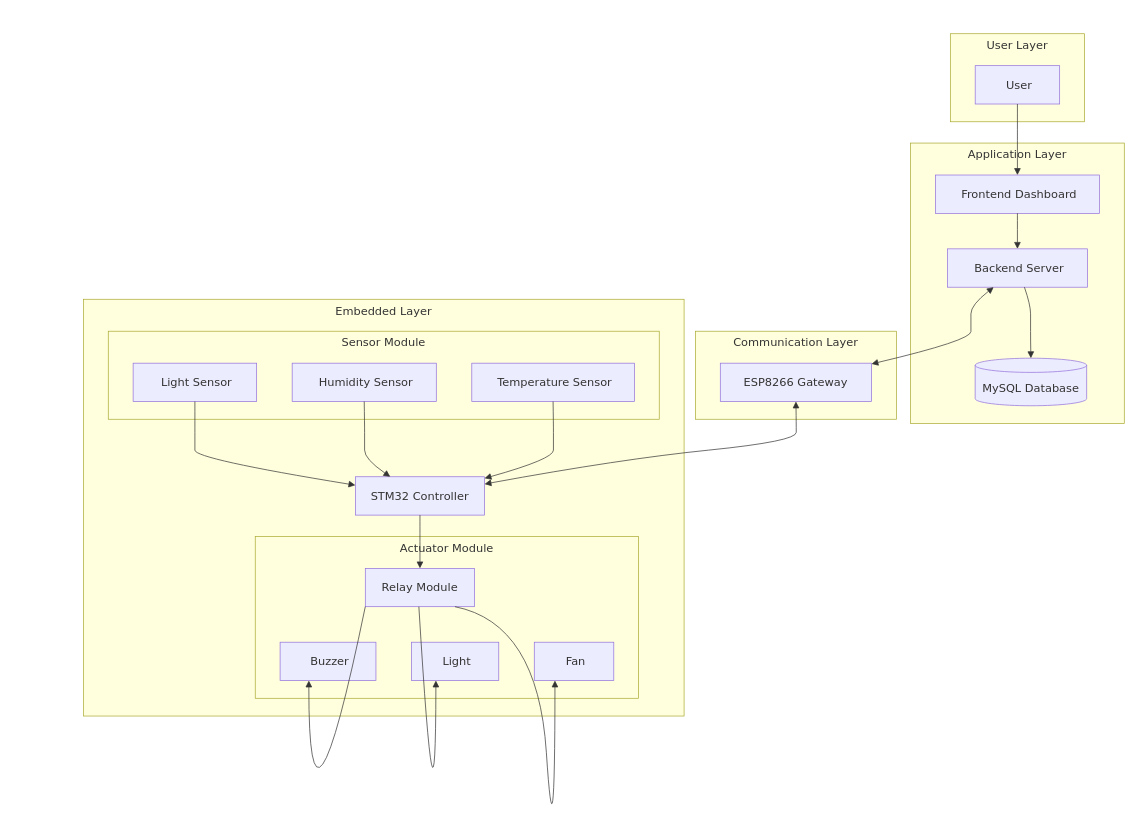
Before: docs/architecture/system-architecture.drawio in jostran1406/Phase_2_Group_11, a draw.io diagram. Source tidied: cells renumbered, new cells numbered last; positions are measured from the earlier drawing's top-left corner, leaving out a move shared by most shapes. Both pictures are drawn from the tidied source at 71%, with x=0, y=0 at pixel (12, 12).
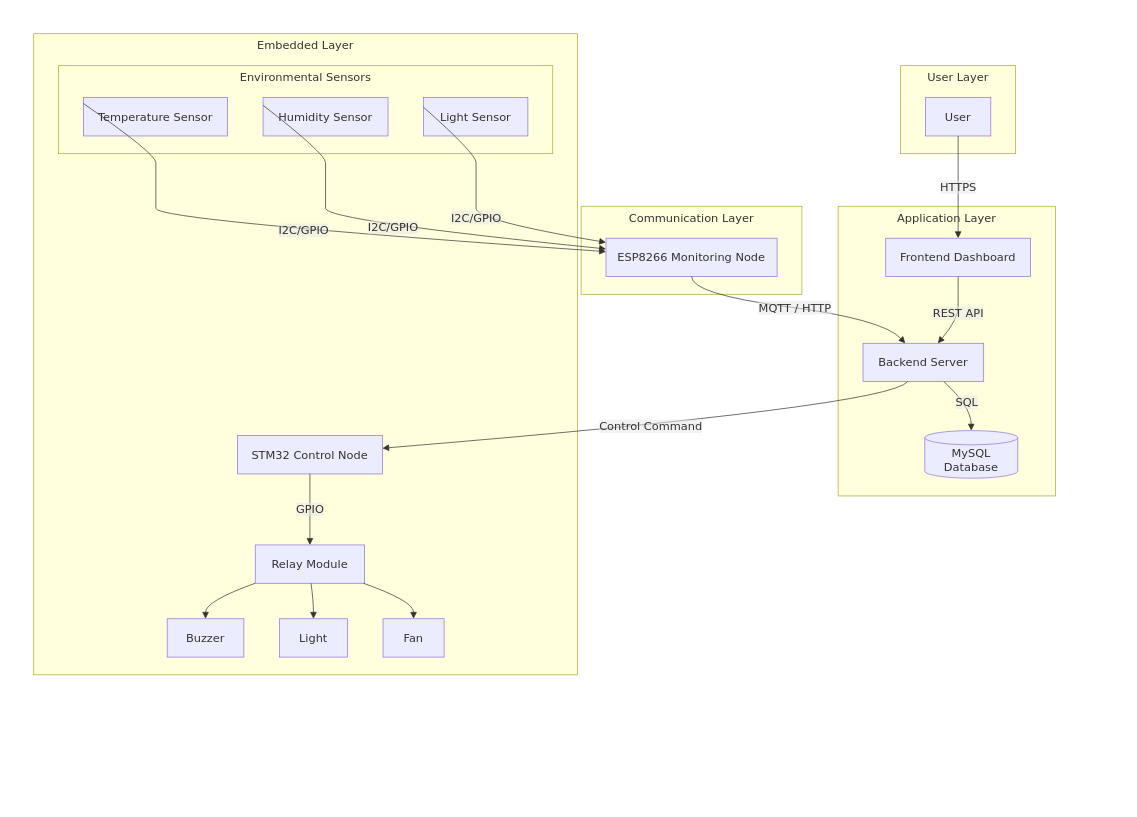
The same page after the edit.

Commit message (it also covers changes not shown here):
Refactor SP1_08: update architecture, communication, data flow and sequence diagrams

The change refers to these unchanged cells:
```xml
<mxCell id="2" style="group;transparentBounds=1;editIcon=1;lockedGroup=0;groupPadding=10;" parent="1" vertex="1">
  <mxGeometry as="geometry" />
</mxCell>
```

Diff of the diagram source:
```diff
@@
-<mxGraphModel>
+<mxGraphModel background="#ffffff">
@@
     <mxCell id="3" value="User Layer" style="html=1;whiteSpace=wrap;strokeWidth=1;verticalAlign=top;fillColor=light-dark(#ffffde,#1f2020);strokeColor=light-dark(#aaaa33,#cccccc);fontColor=light-dark(#333333,#cccccc);fontFamily=Trebuchet MS,Verdana,Arial,sans-serif;fontSize=16;" parent="2" vertex="1">
-      <mxGeometry x="1321" y="30" width="189" height="124" as="geometry" />
+      <mxGeometry x="1251" y="75" width="162" height="124" as="geometry" />
     </mxCell>
-    <mxCell id="4" value="&amp;nbsp;User" style="html=1;whiteSpace=wrap;strokeWidth=1;fillColor=light-dark(#ECECFF,#1f2020);strokeColor=light-dark(#9370DB,#cccccc);fontColor=light-dark(#333333,#cccccc);fontFamily=Trebuchet MS,Verdana,Arial,sans-serif;fontSize=16;" parent="3" vertex="1">
-      <mxGeometry x="35" y="45" width="119" height="54" as="geometry" />
+    <mxCell id="4" value="User" style="html=1;whiteSpace=wrap;strokeWidth=1;fillColor=light-dark(#ECECFF,#1f2020);strokeColor=light-dark(#9370DB,#cccccc);fontColor=light-dark(#333333,#cccccc);fontFamily=Trebuchet MS,Verdana,Arial,sans-serif;fontSize=16;" parent="3" vertex="1">
+      <mxGeometry x="35" y="45" width="92" height="54" as="geometry" />
     </mxCell>
     <mxCell id="5" value="Application Layer" style="html=1;whiteSpace=wrap;strokeWidth=1;verticalAlign=top;fillColor=light-dark(#ffffde,#1f2020);strokeColor=light-dark(#aaaa33,#cccccc);fontColor=light-dark(#333333,#cccccc);fontFamily=Trebuchet MS,Verdana,Arial,sans-serif;fontSize=16;" parent="2" vertex="1">
-      <mxGeometry x="1265" y="184" width="301" height="395" as="geometry" />
+      <mxGeometry x="1163" y="273" width="306" height="408" as="geometry" />
     </mxCell>
-    <mxCell id="6" value="&amp;nbsp;Frontend Dashboard" style="html=1;whiteSpace=wrap;strokeWidth=1;fillColor=light-dark(#ECECFF,#1f2020);strokeColor=light-dark(#9370DB,#cccccc);fontColor=light-dark(#333333,#cccccc);fontFamily=Trebuchet MS,Verdana,Arial,sans-serif;fontSize=16;" parent="5" vertex="1">
-      <mxGeometry x="35" y="45" width="231" height="54" as="geometry" />
+    <mxCell id="6" value="Frontend Dashboard" style="html=1;whiteSpace=wrap;strokeWidth=1;fillColor=light-dark(#ECECFF,#1f2020);strokeColor=light-dark(#9370DB,#cccccc);fontColor=light-dark(#333333,#cccccc);fontFamily=Trebuchet MS,Verdana,Arial,sans-serif;fontSize=16;" parent="5" vertex="1">
+      <mxGeometry x="67" y="45" width="204" height="54" as="geometry" />
     </mxCell>
-    <mxCell id="7" value="&amp;nbsp;Backend Server" style="html=1;whiteSpace=wrap;strokeWidth=1;fillColor=light-dark(#ECECFF,#1f2020);strokeColor=light-dark(#9370DB,#cccccc);fontColor=light-dark(#333333,#cccccc);fontFamily=Trebuchet MS,Verdana,Arial,sans-serif;fontSize=16;" parent="5" vertex="1">
-      <mxGeometry x="52" y="149" width="197" height="54" as="geometry" />
+    <mxCell id="7" value="Backend Server" style="html=1;whiteSpace=wrap;strokeWidth=1;fillColor=light-dark(#ECECFF,#1f2020);strokeColor=light-dark(#9370DB,#cccccc);fontColor=light-dark(#333333,#cccccc);fontFamily=Trebuchet MS,Verdana,Arial,sans-serif;fontSize=16;" parent="5" vertex="1">
+      <mxGeometry x="35" y="193" width="170" height="54" as="geometry" />
     </mxCell>
     <mxCell id="8" value="MySQL Database" style="html=1;shape=cylinder3;boundedLbl=1;backgroundOutline=1;size=10;strokeWidth=1;whiteSpace=wrap;fillColor=light-dark(#ECECFF,#1f2020);strokeColor=light-dark(#9370DB,#cccccc);fontColor=light-dark(#333333,#cccccc);fontFamily=Trebuchet MS,Verdana,Arial,sans-serif;fontSize=16;" parent="5" vertex="1">
-      <mxGeometry x="91" y="303" width="157" height="67" as="geometry" />
+      <mxGeometry x="122" y="316" width="131" height="67" as="geometry" />
     </mxCell>
-    <mxCell id="9" style="curved=1;startArrow=none;endArrow=block;endSize=7;strokeColor=light-dark(#333333,#cccccc);exitX=0.5;exitY=1;entryX=0.5;entryY=0;rounded=0;" parent="5" edge="1" source="6" target="7">
-      <mxGeometry relative="1" as="geometry" />
+    <mxCell id="9" value="REST API" style="curved=1;startArrow=none;endArrow=block;endSize=7;strokeColor=light-dark(#333333,#cccccc);html=1;fontSize=16;labelBackgroundColor=light-dark(#E8E8E88D,#2a2a2a8D);fontFamily=Trebuchet MS,Verdana,Arial,sans-serif;fontColor=light-dark(#333333,#cccccc);exitX=0.5;exitY=1;entryX=0.62;entryY=0;rounded=0;" parent="5" edge="1" source="6" target="7">
+      <mxGeometry relative="1" as="geometry">
+        <Array as="points">
+          <mxPoint x="169" y="124" />
+          <mxPoint x="169" y="159" />
+        </Array>
+      </mxGeometry>
     </mxCell>
-    <mxCell id="10" style="curved=1;startArrow=none;endArrow=block;endSize=7;strokeColor=light-dark(#333333,#cccccc);exitX=0.55;exitY=1;entryX=0.5;entryY=0;rounded=0;" parent="5" edge="1" source="7" target="8">
+    <mxCell id="10" value="SQL" style="curved=1;startArrow=none;endArrow=block;endSize=7;strokeColor=light-dark(#333333,#cccccc);html=1;fontSize=16;labelBackgroundColor=light-dark(#E8E8E88D,#2a2a2a8D);fontFamily=Trebuchet MS,Verdana,Arial,sans-serif;fontColor=light-dark(#333333,#cccccc);exitX=0.67;exitY=1;entryX=0.5;entryY=0;rounded=0;" parent="5" edge="1" source="7" target="8">
       <mxGeometry relative="1" as="geometry">
         <Array as="points">
-          <mxPoint x="169" y="228" />
-          <mxPoint x="169" y="253" />
-          <mxPoint x="169" y="278" />
+          <mxPoint x="187" y="282" />
         </Array>
       </mxGeometry>
     </mxCell>
     <mxCell id="11" value="Communication Layer" style="html=1;whiteSpace=wrap;strokeWidth=1;verticalAlign=top;fillColor=light-dark(#ffffde,#1f2020);strokeColor=light-dark(#aaaa33,#cccccc);fontColor=light-dark(#333333,#cccccc);fontFamily=Trebuchet MS,Verdana,Arial,sans-serif;fontSize=16;" parent="2" vertex="1">
-      <mxGeometry x="962" y="449" width="283" height="124" as="geometry" />
+      <mxGeometry x="801" y="273" width="311" height="124" as="geometry" />
     </mxCell>
-    <mxCell id="12" value="ESP8266 Gateway" style="html=1;whiteSpace=wrap;strokeWidth=1;fillColor=light-dark(#ECECFF,#1f2020);strokeColor=light-dark(#9370DB,#cccccc);fontColor=light-dark(#333333,#cccccc);fontFamily=Trebuchet MS,Verdana,Arial,sans-serif;fontSize=16;" parent="11" vertex="1">
-      <mxGeometry x="35" y="45" width="213" height="54" as="geometry" />
-    </mxCell>
+    <mxCell id="34" value="ESP8266 Monitoring Node" style="html=1;whiteSpace=wrap;strokeWidth=1;fillColor=light-dark(#ECECFF,#1f2020);strokeColor=light-dark(#9370DB,#cccccc);fontColor=light-dark(#333333,#cccccc);fontFamily=Trebuchet MS,Verdana,Arial,sans-serif;fontSize=16;" parent="11" vertex="1">
+      <mxGeometry x="35" y="45" width="241" height="54" as="geometry" />
+    </mxCell>
     <mxCell id="13" value="Embedded Layer" style="html=1;whiteSpace=wrap;strokeWidth=1;verticalAlign=top;fillColor=light-dark(#ffffde,#1f2020);strokeColor=light-dark(#aaaa33,#cccccc);fontColor=light-dark(#333333,#cccccc);fontFamily=Trebuchet MS,Verdana,Arial,sans-serif;fontSize=16;" parent="2" vertex="1">
-      <mxGeometry x="100" y="404" width="846" height="587" as="geometry" />
+      <mxGeometry x="30" y="30" width="766" height="903" as="geometry" />
     </mxCell>
-    <mxCell id="14" value="Sensor Module" style="html=1;whiteSpace=wrap;strokeWidth=1;verticalAlign=top;fillColor=light-dark(#ffffde,#1f2020);strokeColor=light-dark(#aaaa33,#cccccc);fontColor=light-dark(#333333,#cccccc);fontFamily=Trebuchet MS,Verdana,Arial,sans-serif;fontSize=16;" parent="13" vertex="1">
-      <mxGeometry x="35" y="45" width="776" height="124" as="geometry" />
-    </mxCell>
+    <mxCell id="35" value="Environmental Sensors" style="html=1;whiteSpace=wrap;strokeWidth=1;verticalAlign=top;fillColor=light-dark(#ffffde,#1f2020);strokeColor=light-dark(#aaaa33,#cccccc);fontColor=light-dark(#333333,#cccccc);fontFamily=Trebuchet MS,Verdana,Arial,sans-serif;fontSize=16;" parent="13" vertex="1">
+      <mxGeometry x="35" y="45" width="696" height="124" as="geometry" />
+    </mxCell>
-    <mxCell id="15" value="&amp;nbsp;Temperature Sensor" style="html=1;whiteSpace=wrap;strokeWidth=1;fillColor=light-dark(#ECECFF,#1f2020);strokeColor=light-dark(#9370DB,#cccccc);fontColor=light-dark(#333333,#cccccc);fontFamily=Trebuchet MS,Verdana,Arial,sans-serif;fontSize=16;" parent="14" vertex="1">
-      <mxGeometry x="512" y="45" width="229" height="54" as="geometry" />
+    <mxCell id="15" value="Temperature Sensor" style="html=1;whiteSpace=wrap;strokeWidth=1;fillColor=light-dark(#ECECFF,#1f2020);strokeColor=light-dark(#9370DB,#cccccc);fontColor=light-dark(#333333,#cccccc);fontFamily=Trebuchet MS,Verdana,Arial,sans-serif;fontSize=16;" parent="35" vertex="1">
+      <mxGeometry x="35" y="45" width="203" height="54" as="geometry" />
     </mxCell>
-    <mxCell id="16" value="&amp;nbsp;Humidity Sensor" style="html=1;whiteSpace=wrap;strokeWidth=1;fillColor=light-dark(#ECECFF,#1f2020);strokeColor=light-dark(#9370DB,#cccccc);fontColor=light-dark(#333333,#cccccc);fontFamily=Trebuchet MS,Verdana,Arial,sans-serif;fontSize=16;" parent="14" vertex="1">
-      <mxGeometry x="259" y="45" width="203" height="54" as="geometry" />
+    <mxCell id="16" value="Humidity Sensor" style="html=1;whiteSpace=wrap;strokeWidth=1;fillColor=light-dark(#ECECFF,#1f2020);strokeColor=light-dark(#9370DB,#cccccc);fontColor=light-dark(#333333,#cccccc);fontFamily=Trebuchet MS,Verdana,Arial,sans-serif;fontSize=16;" parent="35" vertex="1">
+      <mxGeometry x="288" y="45" width="176" height="54" as="geometry" />
     </mxCell>
-    <mxCell id="17" value="&amp;nbsp;Light Sensor" style="html=1;whiteSpace=wrap;strokeWidth=1;fillColor=light-dark(#ECECFF,#1f2020);strokeColor=light-dark(#9370DB,#cccccc);fontColor=light-dark(#333333,#cccccc);fontFamily=Trebuchet MS,Verdana,Arial,sans-serif;fontSize=16;" parent="14" vertex="1">
-      <mxGeometry x="35" y="45" width="174" height="54" as="geometry" />
+    <mxCell id="17" value="Light Sensor" style="html=1;whiteSpace=wrap;strokeWidth=1;fillColor=light-dark(#ECECFF,#1f2020);strokeColor=light-dark(#9370DB,#cccccc);fontColor=light-dark(#333333,#cccccc);fontFamily=Trebuchet MS,Verdana,Arial,sans-serif;fontSize=16;" parent="35" vertex="1">
+      <mxGeometry x="514" y="45" width="147" height="54" as="geometry" />
     </mxCell>
-    <mxCell id="18" value="Actuator Module" style="html=1;whiteSpace=wrap;strokeWidth=1;verticalAlign=top;fillColor=light-dark(#ffffde,#1f2020);strokeColor=light-dark(#aaaa33,#cccccc);fontColor=light-dark(#333333,#cccccc);fontFamily=Trebuchet MS,Verdana,Arial,sans-serif;fontSize=16;" parent="13" vertex="1">
-      <mxGeometry x="242" y="334" width="540" height="228" as="geometry" />
-    </mxCell>
+    <mxCell id="36" value="STM32 Control Node" style="html=1;whiteSpace=wrap;strokeWidth=1;fillColor=light-dark(#ECECFF,#1f2020);strokeColor=light-dark(#9370DB,#cccccc);fontColor=light-dark(#333333,#cccccc);fontFamily=Trebuchet MS,Verdana,Arial,sans-serif;fontSize=16;" parent="13" vertex="1">
+      <mxGeometry x="287" y="566" width="204" height="54" as="geometry" />
+    </mxCell>
-    <mxCell id="19" value="Relay Module" style="html=1;whiteSpace=wrap;strokeWidth=1;fillColor=light-dark(#ECECFF,#1f2020);strokeColor=light-dark(#9370DB,#cccccc);fontColor=light-dark(#333333,#cccccc);fontFamily=Trebuchet MS,Verdana,Arial,sans-serif;fontSize=16;" parent="18" vertex="1">
-      <mxGeometry x="155" y="45" width="154" height="54" as="geometry" />
+    <mxCell id="19" value="Relay Module" style="html=1;whiteSpace=wrap;strokeWidth=1;fillColor=light-dark(#ECECFF,#1f2020);strokeColor=light-dark(#9370DB,#cccccc);fontColor=light-dark(#333333,#cccccc);fontFamily=Trebuchet MS,Verdana,Arial,sans-serif;fontSize=16;" parent="13" vertex="1">
+      <mxGeometry x="312" y="720" width="154" height="54" as="geometry" />
     </mxCell>
-    <mxCell id="20" value="&amp;nbsp;Fan" style="html=1;whiteSpace=wrap;strokeWidth=1;fillColor=light-dark(#ECECFF,#1f2020);strokeColor=light-dark(#9370DB,#cccccc);fontColor=light-dark(#333333,#cccccc);fontFamily=Trebuchet MS,Verdana,Arial,sans-serif;fontSize=16;" parent="18" vertex="1">
-      <mxGeometry x="393" y="149" width="112" height="54" as="geometry" />
+    <mxCell id="20" value="Fan" style="html=1;whiteSpace=wrap;strokeWidth=1;fillColor=light-dark(#ECECFF,#1f2020);strokeColor=light-dark(#9370DB,#cccccc);fontColor=light-dark(#333333,#cccccc);fontFamily=Trebuchet MS,Verdana,Arial,sans-serif;fontSize=16;" parent="13" vertex="1">
+      <mxGeometry x="492" y="824" width="86" height="54" as="geometry" />
     </mxCell>
-    <mxCell id="21" value="&amp;nbsp;Light" style="html=1;whiteSpace=wrap;strokeWidth=1;fillColor=light-dark(#ECECFF,#1f2020);strokeColor=light-dark(#9370DB,#cccccc);fontColor=light-dark(#333333,#cccccc);fontFamily=Trebuchet MS,Verdana,Arial,sans-serif;fontSize=16;" parent="18" vertex="1">
-      <mxGeometry x="220" y="149" width="123" height="54" as="geometry" />
+    <mxCell id="21" value="Light" style="html=1;whiteSpace=wrap;strokeWidth=1;fillColor=light-dark(#ECECFF,#1f2020);strokeColor=light-dark(#9370DB,#cccccc);fontColor=light-dark(#333333,#cccccc);fontFamily=Trebuchet MS,Verdana,Arial,sans-serif;fontSize=16;" parent="13" vertex="1">
+      <mxGeometry x="346" y="824" width="96" height="54" as="geometry" />
     </mxCell>
-    <mxCell id="22" value="&amp;nbsp;Buzzer" style="html=1;whiteSpace=wrap;strokeWidth=1;fillColor=light-dark(#ECECFF,#1f2020);strokeColor=light-dark(#9370DB,#cccccc);fontColor=light-dark(#333333,#cccccc);fontFamily=Trebuchet MS,Verdana,Arial,sans-serif;fontSize=16;" parent="18" vertex="1">
-      <mxGeometry x="35" y="149" width="135" height="54" as="geometry" />
+    <mxCell id="22" value="Buzzer" style="html=1;whiteSpace=wrap;strokeWidth=1;fillColor=light-dark(#ECECFF,#1f2020);strokeColor=light-dark(#9370DB,#cccccc);fontColor=light-dark(#333333,#cccccc);fontFamily=Trebuchet MS,Verdana,Arial,sans-serif;fontSize=16;" parent="13" vertex="1">
+      <mxGeometry x="188" y="824" width="108" height="54" as="geometry" />
     </mxCell>
+    <mxCell id="37" value="GPIO" style="curved=1;startArrow=none;endArrow=block;endSize=7;strokeColor=light-dark(#333333,#cccccc);html=1;fontSize=16;labelBackgroundColor=light-dark(#E8E8E88D,#2a2a2a8D);fontFamily=Trebuchet MS,Verdana,Arial,sans-serif;fontColor=light-dark(#333333,#cccccc);exitX=0.5;exitY=1;entryX=0.5;entryY=0;rounded=0;" parent="13" edge="1" source="36" target="19">
+      <mxGeometry relative="1" as="geometry" />
+    </mxCell>
-    <mxCell id="23" style="curved=1;startArrow=none;endArrow=block;endSize=7;strokeColor=light-dark(#333333,#cccccc);exitX=0.82;exitY=1;entryX=0.26;entryY=1;rounded=0;" parent="18" edge="1" source="19" target="20">
+    <mxCell id="23" style="curved=1;startArrow=none;endArrow=block;endSize=7;strokeColor=light-dark(#333333,#cccccc);exitX=0.99;exitY=1;entryX=0.5;entryY=0;rounded=0;" parent="13" edge="1" source="19" target="20">
       <mxGeometry relative="1" as="geometry">
         <Array as="points">
-          <mxPoint x="398" y="122" />
-          <mxPoint x="422" y="486" />
+          <mxPoint x="535" y="799" />
         </Array>
       </mxGeometry>
     </mxCell>
-    <mxCell id="24" style="curved=1;startArrow=none;endArrow=block;endSize=7;strokeColor=light-dark(#333333,#cccccc);exitX=0.49;exitY=1;entryX=0.28;entryY=1;rounded=0;" parent="18" edge="1" source="19" target="21">
+    <mxCell id="24" style="curved=1;startArrow=none;endArrow=block;endSize=7;strokeColor=light-dark(#333333,#cccccc);exitX=0.51;exitY=1;entryX=0.5;entryY=0;rounded=0;" parent="13" edge="1" source="19" target="21">
       <mxGeometry relative="1" as="geometry">
         <Array as="points">
-          <mxPoint x="254" y="486" />
+          <mxPoint x="394" y="799" />
         </Array>
       </mxGeometry>
     </mxCell>
-    <mxCell id="25" style="curved=1;startArrow=none;endArrow=block;endSize=7;strokeColor=light-dark(#333333,#cccccc);exitX=0;exitY=1;entryX=0.3;entryY=1;rounded=0;" parent="18" edge="1" source="19" target="22">
+    <mxCell id="25" style="curved=1;startArrow=none;endArrow=block;endSize=7;strokeColor=light-dark(#333333,#cccccc);exitX=0;exitY=1;entryX=0.5;entryY=0;rounded=0;" parent="13" edge="1" source="19" target="22">
       <mxGeometry relative="1" as="geometry">
         <Array as="points">
-          <mxPoint x="75" y="486" />
+          <mxPoint x="242" y="799" />
         </Array>
       </mxGeometry>
     </mxCell>
-    <mxCell id="26" value="STM32 Controller" style="html=1;whiteSpace=wrap;strokeWidth=1;fillColor=light-dark(#ECECFF,#1f2020);strokeColor=light-dark(#9370DB,#cccccc);fontColor=light-dark(#333333,#cccccc);fontFamily=Trebuchet MS,Verdana,Arial,sans-serif;fontSize=16;" parent="13" vertex="1">
-      <mxGeometry x="383" y="250" width="182" height="54" as="geometry" />
-    </mxCell>
-    <mxCell id="27" style="curved=1;startArrow=none;endArrow=block;endSize=7;strokeColor=light-dark(#333333,#cccccc);exitX=0.5;exitY=1;entryX=1;entryY=0.04;rounded=0;" parent="13" edge="1" source="15" target="26">
-      <mxGeometry relative="1" as="geometry">
-        <Array as="points">
-          <mxPoint x="662" y="175" />
-          <mxPoint x="662" y="200" />
-          <mxPoint x="662" y="225" />
-        </Array>
-      </mxGeometry>
-    </mxCell>
-    <mxCell id="28" style="curved=1;startArrow=none;endArrow=block;endSize=7;strokeColor=light-dark(#333333,#cccccc);exitX=0.5;exitY=1;entryX=0.27;entryY=0;rounded=0;" parent="13" edge="1" source="16" target="26">
-      <mxGeometry relative="1" as="geometry">
-        <Array as="points">
-          <mxPoint x="396" y="175" />
-          <mxPoint x="396" y="200" />
-          <mxPoint x="396" y="225" />
-        </Array>
-      </mxGeometry>
-    </mxCell>
-    <mxCell id="29" style="curved=1;startArrow=none;endArrow=block;endSize=7;strokeColor=light-dark(#333333,#cccccc);exitX=0.5;exitY=1;entryX=0;entryY=0.22;rounded=0;" parent="13" edge="1" source="17" target="26">
-      <mxGeometry relative="1" as="geometry">
-        <Array as="points">
-          <mxPoint x="157" y="175" />
-          <mxPoint x="157" y="200" />
-          <mxPoint x="157" y="225" />
-        </Array>
-      </mxGeometry>
-    </mxCell>
-    <mxCell id="30" style="curved=1;startArrow=none;endArrow=block;endSize=7;strokeColor=light-dark(#333333,#cccccc);exitX=0.5;exitY=1;entryX=0.5;entryY=0;rounded=0;" parent="13" edge="1" source="26" target="19">
-      <mxGeometry relative="1" as="geometry" />
-    </mxCell>
-    <mxCell id="31" style="curved=1;startArrow=none;endArrow=block;endSize=7;strokeColor=light-dark(#333333,#cccccc);exitX=0.5;exitY=1;entryX=0.5;entryY=0;rounded=0;" parent="2" edge="1" source="4" target="6">
+    <mxCell id="31" value="HTTPS" style="curved=1;startArrow=none;endArrow=block;endSize=7;strokeColor=light-dark(#333333,#cccccc);html=1;fontSize=16;labelBackgroundColor=light-dark(#E8E8E88D,#2a2a2a8D);fontFamily=Trebuchet MS,Verdana,Arial,sans-serif;fontColor=light-dark(#333333,#cccccc);exitX=0.5;exitY=1;entryX=0.5;entryY=0;rounded=0;" parent="2" edge="1" source="4" target="6">
       <mxGeometry relative="1" as="geometry" />
     </mxCell>
-    <mxCell id="32" style="curved=1;startArrow=block;startSize=7;endArrow=block;endSize=7;strokeColor=light-dark(#333333,#cccccc);exitX=0.33;exitY=1;entryX=1;entryY=0.02;rounded=0;" parent="2" edge="1" source="7" target="12">
-      <mxGeometry relative="1" as="geometry">
-        <Array as="points">
-          <mxPoint x="1350" y="412" />
-          <mxPoint x="1350" y="437" />
-          <mxPoint x="1350" y="462" />
-        </Array>
-      </mxGeometry>
-    </mxCell>
-    <mxCell id="33" style="curved=1;startArrow=block;startSize=7;endArrow=block;endSize=7;strokeColor=light-dark(#333333,#cccccc);exitX=0.5;exitY=1;entryX=1;entryY=0.19;rounded=0;" parent="2" edge="1" source="12" target="26">
-      <mxGeometry relative="1" as="geometry">
-        <Array as="points">
-          <mxPoint x="1104" y="579" />
-          <mxPoint x="1104" y="604" />
-          <mxPoint x="857" y="629" />
-        </Array>
-      </mxGeometry>
-    </mxCell>
+    <mxCell id="38" value="I2C/GPIO" style="curved=1;startArrow=none;endArrow=block;endSize=7;strokeColor=light-dark(#333333,#cccccc);html=1;fontSize=16;labelBackgroundColor=light-dark(#E8E8E88D,#2a2a2a8D);fontFamily=Trebuchet MS,Verdana,Arial,sans-serif;fontColor=light-dark(#333333,#cccccc);exitX=0.37;exitY=0.41;entryX=0;entryY=0.35;rounded=0;" parent="2" edge="1" source="15" target="34">
+      <mxGeometry relative="1" as="geometry">
+        <Array as="points">
+          <mxPoint x="202" y="199" />
+          <mxPoint x="202" y="224" />
+          <mxPoint x="202" y="259" />
+          <mxPoint x="202" y="293" />
+        </Array>
+      </mxGeometry>
+    </mxCell>
+    <mxCell id="39" value="I2C/GPIO" style="curved=1;startArrow=none;endArrow=block;endSize=7;strokeColor=light-dark(#333333,#cccccc);html=1;fontSize=16;labelBackgroundColor=light-dark(#E8E8E88D,#2a2a2a8D);fontFamily=Trebuchet MS,Verdana,Arial,sans-serif;fontColor=light-dark(#333333,#cccccc);exitX=0.35;exitY=0.41;entryX=0;entryY=0.28;rounded=0;" parent="2" edge="1" source="16" target="34">
+      <mxGeometry relative="1" as="geometry">
+        <Array as="points">
+          <mxPoint x="441" y="199" />
+          <mxPoint x="441" y="224" />
+          <mxPoint x="441" y="259" />
+          <mxPoint x="441" y="293" />
+        </Array>
+      </mxGeometry>
+    </mxCell>
+    <mxCell id="40" value="I2C/GPIO" style="curved=1;startArrow=none;endArrow=block;endSize=7;strokeColor=light-dark(#333333,#cccccc);html=1;fontSize=16;labelBackgroundColor=light-dark(#E8E8E88D,#2a2a2a8D);fontFamily=Trebuchet MS,Verdana,Arial,sans-serif;fontColor=light-dark(#333333,#cccccc);exitX=0.32;exitY=0.41;entryX=0;entryY=0.11;rounded=0;" parent="2" edge="1" source="17" target="34">
+      <mxGeometry relative="1" as="geometry">
+        <Array as="points">
+          <mxPoint x="653" y="199" />
+          <mxPoint x="653" y="224" />
+          <mxPoint x="653" y="259" />
+          <mxPoint x="653" y="293" />
+        </Array>
+      </mxGeometry>
+    </mxCell>
+    <mxCell id="41" value="MQTT / HTTP" style="curved=1;startArrow=none;endArrow=block;endSize=7;strokeColor=light-dark(#333333,#cccccc);html=1;fontSize=16;labelBackgroundColor=light-dark(#E8E8E88D,#2a2a2a8D);fontFamily=Trebuchet MS,Verdana,Arial,sans-serif;fontColor=light-dark(#333333,#cccccc);exitX=0.5;exitY=1;entryX=0.35;entryY=0;rounded=0;" parent="2" edge="1" source="34" target="7">
+      <mxGeometry relative="1" as="geometry">
+        <Array as="points">
+          <mxPoint x="957" y="397" />
+          <mxPoint x="1226" y="432" />
+        </Array>
+      </mxGeometry>
+    </mxCell>
+    <mxCell id="42" value="Control Command" style="curved=1;startArrow=none;endArrow=block;endSize=7;strokeColor=light-dark(#333333,#cccccc);html=1;fontSize=16;labelBackgroundColor=light-dark(#E8E8E88D,#2a2a2a8D);fontFamily=Trebuchet MS,Verdana,Arial,sans-serif;fontColor=light-dark(#333333,#cccccc);exitX=0.37;exitY=1;entryX=1;entryY=0.33;rounded=0;" parent="2" edge="1" source="7" target="36">
+      <mxGeometry relative="1" as="geometry">
+        <Array as="points">
+          <mxPoint x="1234" y="555" />
+        </Array>
+      </mxGeometry>
+    </mxCell>
```
